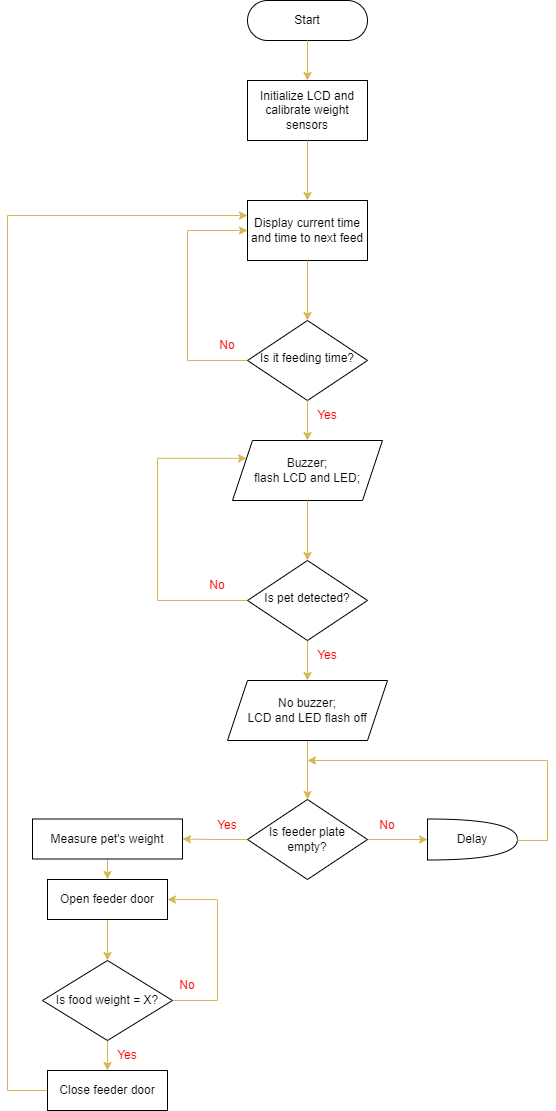
Earlier version of the draw.io export Photos/flowchart.png (Bernitarist/AUTOMATIC-FOOD-DISPENSER-FOR-PETS). Source tidied: cells renumbered, new cells last; positions are measured from the earlier drawing's top-left corner, leaving out a move shared by most shapes.
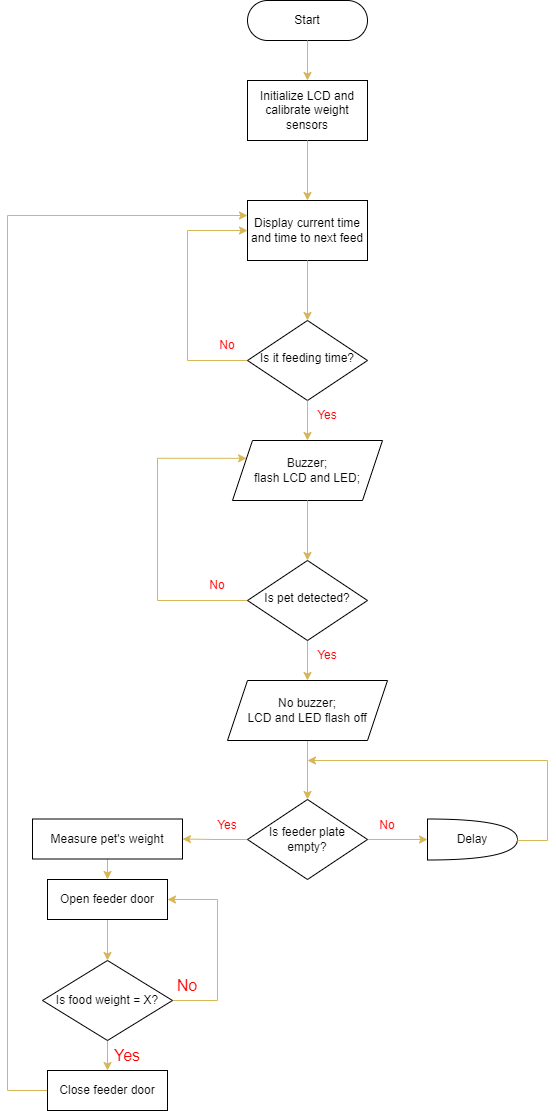
Later version of the same file.

Change to the diagram source:
```diff
@@ -147,10 +147,10 @@
     <mxCell id="39" value="Yes" style="text;html=1;strokeColor=none;fillColor=none;align=center;verticalAlign=middle;whiteSpace=wrap;rounded=0;fontColor=#FF0000;" parent="1" vertex="1">
       <mxGeometry x="190" y="810" width="60" height="30" as="geometry" />
     </mxCell>
-    <mxCell id="40" value="No" style="text;html=1;strokeColor=none;fillColor=none;align=center;verticalAlign=middle;whiteSpace=wrap;rounded=0;fontColor=#FF0000;" parent="1" vertex="1">
+    <mxCell id="40" value="No" style="text;html=1;strokeColor=none;fillColor=none;align=center;verticalAlign=middle;whiteSpace=wrap;rounded=0;fontColor=#FF0000;fontSize=16;" parent="1" vertex="1">
       <mxGeometry x="150" y="970" width="60" height="30" as="geometry" />
     </mxCell>
-    <mxCell id="41" value="Yes" style="text;html=1;strokeColor=none;fillColor=none;align=center;verticalAlign=middle;whiteSpace=wrap;rounded=0;fontColor=#FF0000;" parent="1" vertex="1">
+    <mxCell id="41" value="Yes" style="text;html=1;strokeColor=none;fillColor=none;align=center;verticalAlign=middle;whiteSpace=wrap;rounded=0;fontColor=#FF0000;fontSize=16;" parent="1" vertex="1">
       <mxGeometry x="90" y="1040" width="60" height="30" as="geometry" />
     </mxCell>
   </root>
```
